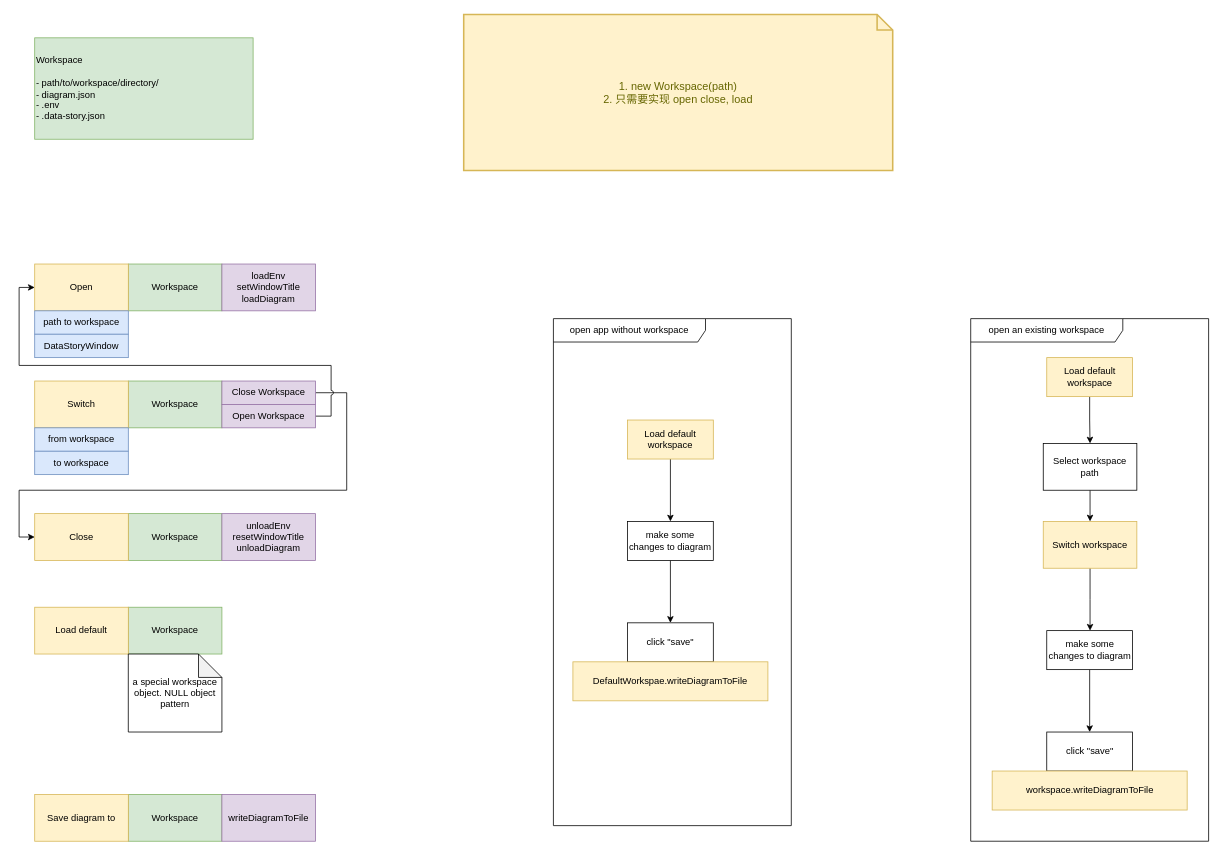
Above: page "workspace" (2 of 4) of Untitled Diagram.drawio in stone-lyl/assets (draw.io), before the change. Source tidied: cells renumbered, new cells numbered last; positions are measured from the earlier drawing's top-left corner, leaving out a move shared by most shapes. Both pictures are drawn from the tidied source at 78%, with x=0, y=0 at pixel (19, 14).
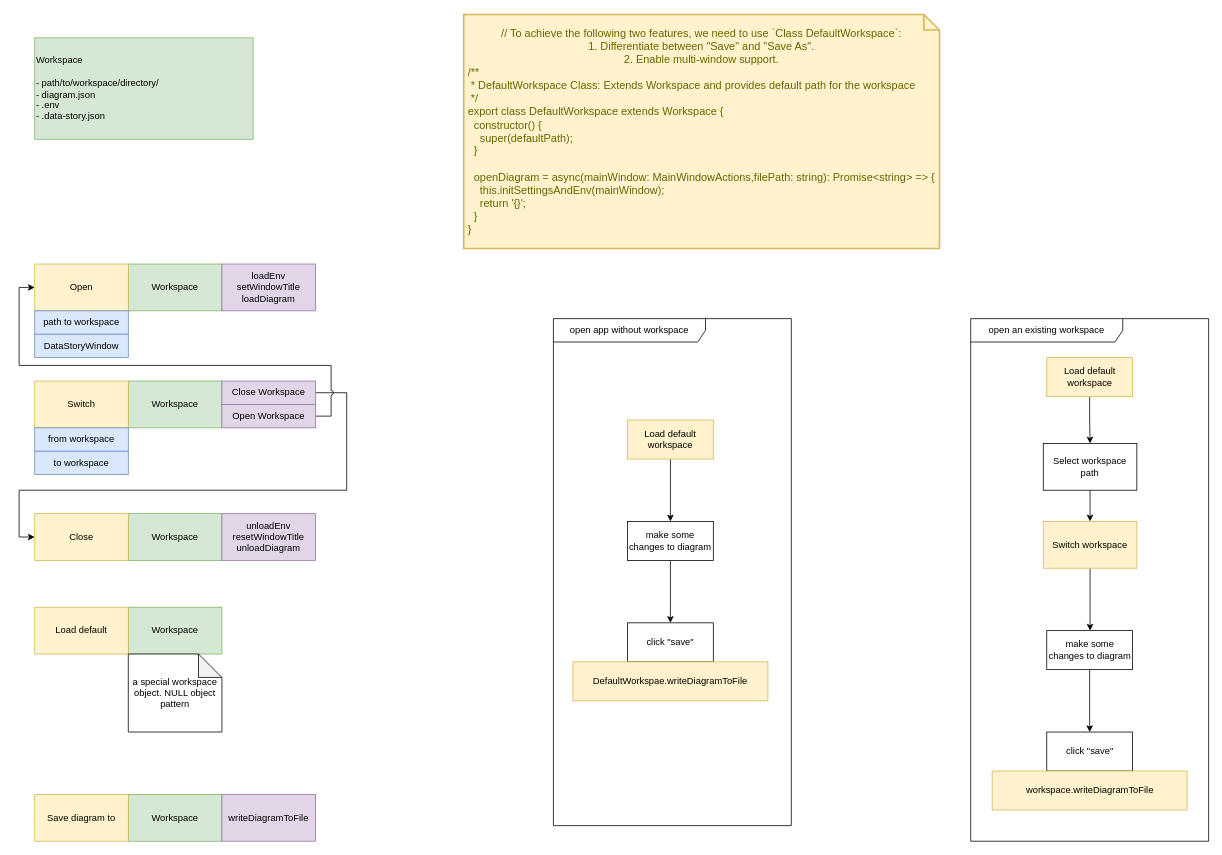
Above is the later version.

What changed in the source:
```diff
@@
-    <mxCell id="43" value="1. new Workspace(path)&lt;div&gt;2. 只需要实现 open close, load&lt;/div&gt;" style="shape=note;strokeWidth=2;fontSize=14;size=20;whiteSpace=wrap;html=1;fillColor=#fff2cc;strokeColor=#d6b656;fontColor=#666600;" parent="1" vertex="1">
-      <mxGeometry x="570" width="550" height="200" as="geometry" />
+    <mxCell id="43" value="&lt;div&gt;// To achieve the following two features, we need to use `Class DefaultWorkspace`:&lt;/div&gt;&lt;div&gt;1. Differentiate between &quot;Save&quot; and &quot;Save As&quot;.&lt;/div&gt;&lt;div&gt;2. Enable multi-window support.&lt;/div&gt;&lt;div&gt;&lt;div style=&quot;text-align: left;&quot;&gt;/**&lt;/div&gt;&lt;div style=&quot;text-align: left;&quot;&gt;&amp;nbsp;* DefaultWorkspace Class: Extends Workspace and provides default path for the workspace&lt;/div&gt;&lt;div style=&quot;text-align: left;&quot;&gt;&amp;nbsp;*/&lt;/div&gt;&lt;div style=&quot;text-align: left;&quot;&gt;export class DefaultWorkspace extends Workspace {&lt;/div&gt;&lt;div style=&quot;text-align: left;&quot;&gt;&amp;nbsp; constructor() {&lt;/div&gt;&lt;div style=&quot;text-align: left;&quot;&gt;&amp;nbsp; &amp;nbsp; super(defaultPath);&lt;/div&gt;&lt;div style=&quot;text-align: left;&quot;&gt;&amp;nbsp; }&lt;/div&gt;&lt;div style=&quot;text-align: left;&quot;&gt;&lt;br&gt;&lt;/div&gt;&lt;div style=&quot;text-align: left;&quot;&gt;&amp;nbsp; openDiagram = async(mainWindow: MainWindowActions,filePath: string): Promise&amp;lt;string&amp;gt; =&amp;gt; {&lt;/div&gt;&lt;div style=&quot;text-align: left;&quot;&gt;&amp;nbsp; &amp;nbsp; this.initSettingsAndEnv(mainWindow);&lt;/div&gt;&lt;div style=&quot;text-align: left;&quot;&gt;&amp;nbsp; &amp;nbsp; return '{}';&lt;/div&gt;&lt;div style=&quot;text-align: left;&quot;&gt;&amp;nbsp; }&lt;/div&gt;&lt;div style=&quot;text-align: left;&quot;&gt;}&lt;/div&gt;&lt;/div&gt;" style="shape=note;strokeWidth=2;fontSize=14;size=20;whiteSpace=wrap;html=1;fillColor=#fff2cc;strokeColor=#d6b656;fontColor=#666600;" parent="1" vertex="1">
+      <mxGeometry x="570" width="610" height="300" as="geometry" />
     </mxCell>
```
